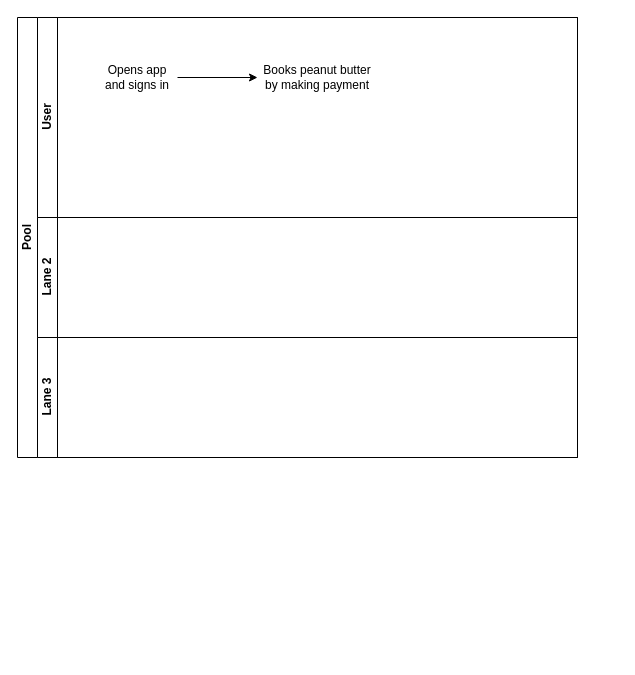
This is veganopia.drawio from appsparkler/draw.io, a draw.io file, before an edit. Source tidied: cells renumbered, new cells numbered last; positions are measured from the earlier drawing's top-left corner, leaving out a move shared by most shapes. Both pictures are drawn from the tidied source at 100%, with x=0, y=0 at pixel (17, 17).
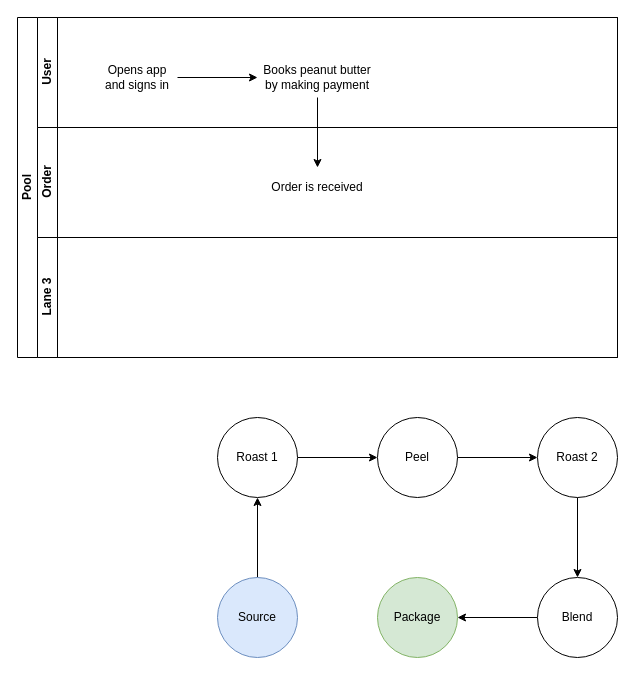
After the change.

The change refers to these unchanged cells:
```xml
<mxCell id="6" value="Books peanut butter by making payment" style="text;html=1;whiteSpace=wrap;strokeColor=none;fillColor=none;align=center;verticalAlign=middle;rounded=0;" parent="3" vertex="1">
  <mxGeometry x="220" y="40" width="120" height="40" as="geometry" />
</mxCell>
```

Diff of the diagram source:
```diff
@@
     <mxCell id="2" value="Pool" style="swimlane;html=1;horizontal=0;startSize=20;whiteSpace=wrap;" parent="1" vertex="1">
-      <mxGeometry width="560" height="440" as="geometry" />
+      <mxGeometry width="600" height="340" as="geometry" />
     </mxCell>
     <mxCell id="3" value="User" style="swimlane;html=1;startSize=20;horizontal=0;" parent="2" vertex="1">
-      <mxGeometry x="20" width="540" height="200" as="geometry" />
+      <mxGeometry x="20" width="580" height="110" as="geometry" />
     </mxCell>
@@
-    <mxCell id="7" value="Lane 2" style="swimlane;html=1;startSize=20;horizontal=0;" parent="2" vertex="1">
-      <mxGeometry x="20" y="200" width="540" height="120" as="geometry" />
+    <mxCell id="7" value="Order" style="swimlane;html=1;startSize=20;horizontal=0;" parent="2" vertex="1">
+      <mxGeometry x="20" y="110" width="580" height="110" as="geometry" />
     </mxCell>
+    <mxCell id="9" value="Order is received" style="text;html=1;whiteSpace=wrap;strokeColor=none;fillColor=none;align=center;verticalAlign=middle;rounded=0;" parent="7" vertex="1">
+      <mxGeometry x="220" y="40" width="120" height="40" as="geometry" />
+    </mxCell>
     <mxCell id="8" value="Lane 3" style="swimlane;html=1;startSize=20;horizontal=0;" parent="2" vertex="1">
-      <mxGeometry x="20" y="320" width="540" height="120" as="geometry" />
+      <mxGeometry x="20" y="220" width="580" height="120" as="geometry" />
     </mxCell>
+    <mxCell id="10" style="edgeStyle=orthogonalEdgeStyle;rounded=0;jettySize=auto;html=1;" parent="2" edge="1" source="6" target="9">
+      <mxGeometry relative="1" as="geometry" />
+    </mxCell>
+    <mxCell id="11" style="edgeStyle=orthogonalEdgeStyle;rounded=0;jettySize=auto;html=1;" parent="1" edge="1" source="12" target="14">
+      <mxGeometry relative="1" as="geometry" />
+    </mxCell>
+    <mxCell id="12" value="Source" style="ellipse;whiteSpace=wrap;html=1;fillColor=#dae8fc;strokeColor=#6c8ebf;" parent="1" vertex="1">
+      <mxGeometry x="200" y="560" width="80" height="80" as="geometry" />
+    </mxCell>
+    <mxCell id="13" style="edgeStyle=orthogonalEdgeStyle;rounded=0;jettySize=auto;html=1;" parent="1" edge="1" source="14" target="16">
+      <mxGeometry relative="1" as="geometry" />
+    </mxCell>
+    <mxCell id="14" value="Roast 1" style="ellipse;whiteSpace=wrap;html=1;" parent="1" vertex="1">
+      <mxGeometry x="200" y="400" width="80" height="80" as="geometry" />
+    </mxCell>
+    <mxCell id="15" style="edgeStyle=orthogonalEdgeStyle;rounded=0;jettySize=auto;html=1;" parent="1" edge="1" source="16" target="18">
+      <mxGeometry relative="1" as="geometry" />
+    </mxCell>
+    <mxCell id="16" value="Peel" style="ellipse;whiteSpace=wrap;html=1;" parent="1" vertex="1">
+      <mxGeometry x="360" y="400" width="80" height="80" as="geometry" />
+    </mxCell>
+    <mxCell id="17" style="edgeStyle=orthogonalEdgeStyle;rounded=0;jettySize=auto;html=1;" parent="1" edge="1" source="18" target="20">
+      <mxGeometry relative="1" as="geometry" />
+    </mxCell>
+    <mxCell id="18" value="Roast 2" style="ellipse;whiteSpace=wrap;html=1;" parent="1" vertex="1">
+      <mxGeometry x="520" y="400" width="80" height="80" as="geometry" />
+    </mxCell>
+    <mxCell id="19" style="edgeStyle=orthogonalEdgeStyle;rounded=0;jettySize=auto;html=1;" parent="1" edge="1" source="20" target="21">
+      <mxGeometry relative="1" as="geometry" />
+    </mxCell>
+    <mxCell id="20" value="Blend" style="ellipse;whiteSpace=wrap;html=1;" parent="1" vertex="1">
+      <mxGeometry x="520" y="560" width="80" height="80" as="geometry" />
+    </mxCell>
+    <mxCell id="21" value="Package" style="ellipse;whiteSpace=wrap;html=1;fillColor=#d5e8d4;strokeColor=#82b366;" parent="1" vertex="1">
+      <mxGeometry x="360" y="560" width="80" height="80" as="geometry" />
+    </mxCell>
```
